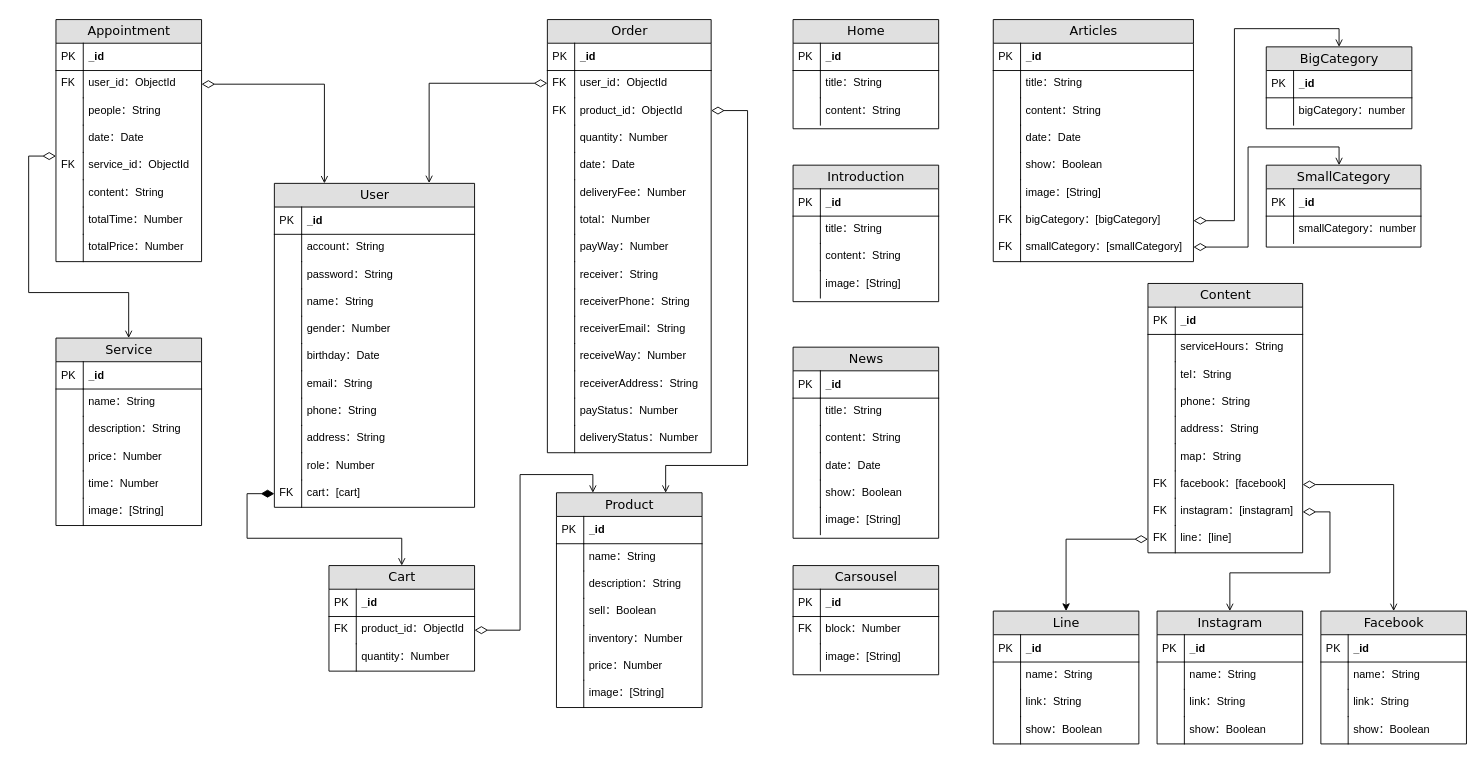
Earlier version of the draw.io diagram 法師事務所資料結構圖.drawio (Mudi0710/MasterFirm-back). Source tidied: cells renumbered, new cells numbered last; positions are measured from the earlier drawing's top-left corner, leaving out a move shared by most shapes. Both pictures are drawn from the tidied source at 91%, with x=0, y=0 at pixel (28, 19).
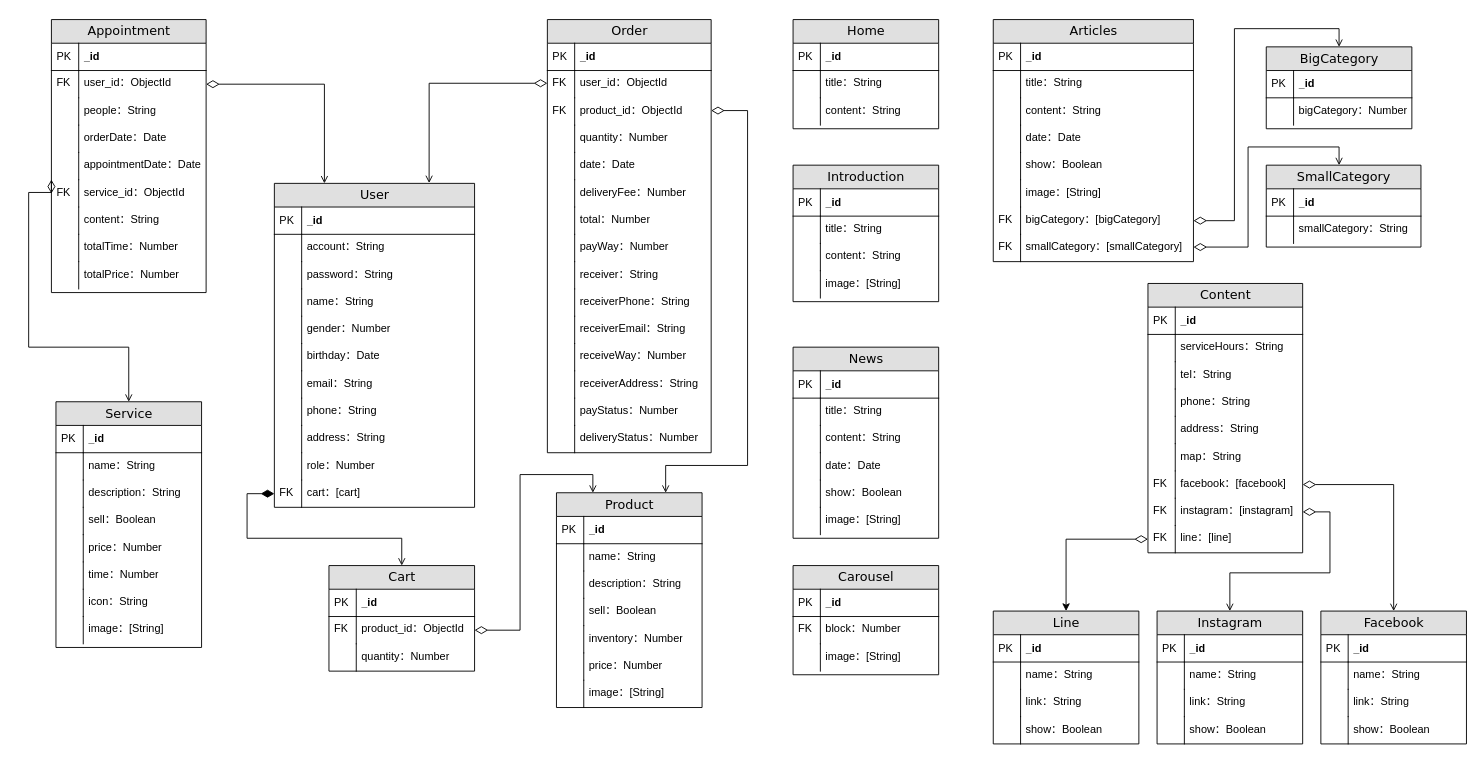
The same page after the edit.

Commit message:
更新-法師事務所資料結構圖.drawio

The change refers to these unchanged cells:
```xml
<mxCell id="145" value="BigCategory" style="swimlane;html=1;fontStyle=0;horizontal=1;startSize=26;fillColor=#e0e0e0;swimlaneFillColor=#ffffff;align=center;rounded=0;shadow=0;comic=0;labelBackgroundColor=none;strokeWidth=1;fontFamily=Verdana;fontSize=14;" parent="1" vertex="1">
  <mxGeometry x="1360" y="30" width="160" height="90" as="geometry" />
</mxCell>
<mxCell id="196" value="SmallCategory" style="swimlane;html=1;fontStyle=0;horizontal=1;startSize=26;fillColor=#e0e0e0;swimlaneFillColor=#ffffff;align=center;rounded=0;shadow=0;comic=0;labelBackgroundColor=none;strokeWidth=1;fontFamily=Verdana;fontSize=14;" parent="1" vertex="1">
  <mxGeometry x="1360" y="160" width="170" height="90" as="geometry" />
</mxCell>
```

Change to the diagram source:
```diff
@@
     <mxCell id="40" value="Service" style="swimlane;html=1;fontStyle=0;horizontal=1;startSize=26;fillColor=#e0e0e0;swimlaneFillColor=#ffffff;align=center;rounded=0;shadow=0;comic=0;labelBackgroundColor=none;strokeWidth=1;fontFamily=Verdana;fontSize=14;" parent="1" vertex="1">
-      <mxGeometry x="30" y="350" width="160" height="206" as="geometry" />
+      <mxGeometry x="30" y="420" width="160" height="270" as="geometry" />
     </mxCell>
@@
+    <mxCell id="228" value="sell：Boolean" style="shape=partialRectangle;top=0;left=0;right=0;bottom=0;html=1;align=left;verticalAlign=top;fillColor=none;spacingLeft=34;spacingRight=4;whiteSpace=wrap;overflow=hidden;" parent="40" vertex="1">
+      <mxGeometry y="116" width="160" height="30" as="geometry" />
+    </mxCell>
+    <mxCell id="229" style="shape=partialRectangle;top=0;left=0;bottom=0;html=1;fillColor=none;align=left;verticalAlign=top;spacingLeft=4;spacingRight=4;whiteSpace=wrap;overflow=hidden;" parent="228" vertex="1">
+      <mxGeometry width="30" height="30" as="geometry" />
+    </mxCell>
     <mxCell id="47" value="price：Number" style="shape=partialRectangle;top=0;left=0;right=0;bottom=0;html=1;align=left;verticalAlign=top;fillColor=none;spacingLeft=34;spacingRight=4;whiteSpace=wrap;overflow=hidden;" parent="40" vertex="1">
-      <mxGeometry y="116" width="160" height="30" as="geometry" />
+      <mxGeometry y="146" width="160" height="30" as="geometry" />
     </mxCell>
@@
     <mxCell id="49" value="time：Number" style="shape=partialRectangle;top=0;left=0;right=0;bottom=0;html=1;align=left;verticalAlign=top;fillColor=none;spacingLeft=34;spacingRight=4;whiteSpace=wrap;overflow=hidden;" parent="40" vertex="1">
-      <mxGeometry y="146" width="160" height="30" as="geometry" />
+      <mxGeometry y="176" width="160" height="30" as="geometry" />
     </mxCell>
@@
-    <mxCell id="51" value="image：[String]" style="shape=partialRectangle;top=0;left=0;right=0;bottom=0;html=1;align=left;verticalAlign=top;fillColor=none;spacingLeft=34;spacingRight=4;whiteSpace=wrap;overflow=hidden;" parent="40" vertex="1">
-      <mxGeometry y="176" width="160" height="30" as="geometry" />
+    <mxCell id="51" value="icon：String" style="shape=partialRectangle;top=0;left=0;right=0;bottom=0;html=1;align=left;verticalAlign=top;fillColor=none;spacingLeft=34;spacingRight=4;whiteSpace=wrap;overflow=hidden;" parent="40" vertex="1">
+      <mxGeometry y="206" width="160" height="30" as="geometry" />
     </mxCell>
@@
+    <mxCell id="230" value="image：[String]" style="shape=partialRectangle;top=0;left=0;right=0;bottom=0;html=1;align=left;verticalAlign=top;fillColor=none;spacingLeft=34;spacingRight=4;whiteSpace=wrap;overflow=hidden;" parent="40" vertex="1">
+      <mxGeometry y="236" width="160" height="30" as="geometry" />
+    </mxCell>
+    <mxCell id="231" style="shape=partialRectangle;top=0;left=0;bottom=0;html=1;fillColor=none;align=left;verticalAlign=top;spacingLeft=4;spacingRight=4;whiteSpace=wrap;overflow=hidden;" parent="230" vertex="1">
+      <mxGeometry width="30" height="30" as="geometry" />
+    </mxCell>
@@
     <mxCell id="91" value="Appointment" style="swimlane;html=1;fontStyle=0;horizontal=1;startSize=26;fillColor=#e0e0e0;swimlaneFillColor=#ffffff;align=center;rounded=0;shadow=0;comic=0;labelBackgroundColor=none;strokeWidth=1;fontFamily=Verdana;fontSize=14;" parent="1" vertex="1">
-      <mxGeometry x="30" width="160" height="266" as="geometry" />
+      <mxGeometry x="25" width="170" height="300" as="geometry" />
     </mxCell>
     <mxCell id="92" value="_id" style="shape=partialRectangle;top=0;left=0;right=0;bottom=1;html=1;align=left;verticalAlign=middle;fillColor=none;spacingLeft=34;spacingRight=4;whiteSpace=wrap;overflow=hidden;fontStyle=1;" parent="91" vertex="1">
-      <mxGeometry y="26" width="160" height="30" as="geometry" />
+      <mxGeometry y="26" width="170" height="30" as="geometry" />
     </mxCell>
@@
     <mxCell id="94" value="user_id：ObjectId" style="shape=partialRectangle;top=0;left=0;right=0;bottom=0;html=1;align=left;verticalAlign=top;fillColor=none;spacingLeft=34;spacingRight=4;whiteSpace=wrap;overflow=hidden;points=[[0,0.5],[1,0.5]];portConstraint=eastwest;" parent="91" vertex="1">
-      <mxGeometry y="56" width="160" height="30" as="geometry" />
+      <mxGeometry y="56" width="170" height="30" as="geometry" />
     </mxCell>
@@
     <mxCell id="96" value="people：String" style="shape=partialRectangle;top=0;left=0;right=0;bottom=0;html=1;align=left;verticalAlign=top;fillColor=none;spacingLeft=34;spacingRight=4;whiteSpace=wrap;overflow=hidden;" parent="91" vertex="1">
-      <mxGeometry y="86" width="160" height="30" as="geometry" />
+      <mxGeometry y="86" width="170" height="30" as="geometry" />
     </mxCell>
@@
-    <mxCell id="98" value="date：Date" style="shape=partialRectangle;top=0;left=0;right=0;bottom=0;html=1;align=left;verticalAlign=top;fillColor=none;spacingLeft=34;spacingRight=4;whiteSpace=wrap;overflow=hidden;" parent="91" vertex="1">
-      <mxGeometry y="116" width="160" height="30" as="geometry" />
+    <mxCell id="98" value="orderDate：Date" style="shape=partialRectangle;top=0;left=0;right=0;bottom=0;html=1;align=left;verticalAlign=top;fillColor=none;spacingLeft=34;spacingRight=4;whiteSpace=wrap;overflow=hidden;" parent="91" vertex="1">
+      <mxGeometry y="116" width="170" height="30" as="geometry" />
     </mxCell>
@@
+    <mxCell id="232" value="appointmentDate：Date" style="shape=partialRectangle;top=0;left=0;right=0;bottom=0;html=1;align=left;verticalAlign=top;fillColor=none;spacingLeft=34;spacingRight=4;whiteSpace=wrap;overflow=hidden;" parent="91" vertex="1">
+      <mxGeometry y="146" width="170" height="30" as="geometry" />
+    </mxCell>
+    <mxCell id="233" style="shape=partialRectangle;top=0;left=0;bottom=0;html=1;fillColor=none;align=left;verticalAlign=top;spacingLeft=4;spacingRight=4;whiteSpace=wrap;overflow=hidden;" parent="232" vertex="1">
+      <mxGeometry width="30" height="30" as="geometry" />
+    </mxCell>
     <mxCell id="100" value="service_id：ObjectId" style="shape=partialRectangle;top=0;left=0;right=0;bottom=0;html=1;align=left;verticalAlign=top;fillColor=none;spacingLeft=34;spacingRight=4;whiteSpace=wrap;overflow=hidden;points=[[0,0.5],[1,0.5]];portConstraint=eastwest;" parent="91" vertex="1">
-      <mxGeometry y="146" width="160" height="30" as="geometry" />
+      <mxGeometry y="176" width="170" height="30" as="geometry" />
     </mxCell>
@@
     <mxCell id="102" value="content：String" style="shape=partialRectangle;top=0;left=0;right=0;bottom=0;html=1;align=left;verticalAlign=top;fillColor=none;spacingLeft=34;spacingRight=4;whiteSpace=wrap;overflow=hidden;" parent="91" vertex="1">
-      <mxGeometry y="176" width="160" height="30" as="geometry" />
+      <mxGeometry y="206" width="170" height="30" as="geometry" />
     </mxCell>
@@
     <mxCell id="104" value="totalTime：Number" style="shape=partialRectangle;top=0;left=0;right=0;bottom=0;html=1;align=left;verticalAlign=top;fillColor=none;spacingLeft=34;spacingRight=4;whiteSpace=wrap;overflow=hidden;" parent="91" vertex="1">
-      <mxGeometry y="206" width="160" height="30" as="geometry" />
+      <mxGeometry y="236" width="170" height="30" as="geometry" />
     </mxCell>
@@
     <mxCell id="106" value="totalPrice：Number" style="shape=partialRectangle;top=0;left=0;right=0;bottom=0;html=1;align=left;verticalAlign=top;fillColor=none;spacingLeft=34;spacingRight=4;whiteSpace=wrap;overflow=hidden;" parent="91" vertex="1">
-      <mxGeometry y="236" width="160" height="30" as="geometry" />
+      <mxGeometry y="266" width="170" height="30" as="geometry" />
     </mxCell>
@@
-    <mxCell id="148" value="bigCategory：number" style="shape=partialRectangle;top=0;left=0;right=0;bottom=0;html=1;align=left;verticalAlign=top;fillColor=none;spacingLeft=34;spacingRight=4;whiteSpace=wrap;overflow=hidden;" parent="145" vertex="1">
+    <mxCell id="148" value="bigCategory：Number" style="shape=partialRectangle;top=0;left=0;right=0;bottom=0;html=1;align=left;verticalAlign=top;fillColor=none;spacingLeft=34;spacingRight=4;whiteSpace=wrap;overflow=hidden;" parent="145" vertex="1">
       <mxGeometry y="56" width="160" height="30" as="geometry" />
     </mxCell>
@@
-    <mxCell id="199" value="smallCategory：number" style="shape=partialRectangle;top=0;left=0;right=0;bottom=0;html=1;align=left;verticalAlign=top;fillColor=none;spacingLeft=34;spacingRight=4;whiteSpace=wrap;overflow=hidden;" parent="196" vertex="1">
+    <mxCell id="199" value="smallCategory：String" style="shape=partialRectangle;top=0;left=0;right=0;bottom=0;html=1;align=left;verticalAlign=top;fillColor=none;spacingLeft=34;spacingRight=4;whiteSpace=wrap;overflow=hidden;" parent="196" vertex="1">
       <mxGeometry y="56" width="170" height="30" as="geometry" />
     </mxCell>
@@
-    <mxCell id="209" style="edgeStyle=orthogonalEdgeStyle;rounded=0;jettySize=auto;html=1;startArrow=diamondThin;startFill=0;endArrow=open;endFill=0;startSize=12;sourcePerimeterSpacing=0;" parent="1" edge="1" source="100">
+    <mxCell id="209" style="edgeStyle=orthogonalEdgeStyle;rounded=0;jettySize=auto;html=1;startArrow=diamondThin;startFill=0;endArrow=open;endFill=0;startSize=12;sourcePerimeterSpacing=0;entryX=0.5;entryY=0;entryDx=0;entryDy=0;exitX=0;exitY=0.5;exitDx=0;exitDy=0;" parent="1" edge="1" source="100" target="40">
       <mxGeometry relative="1" as="geometry">
-        <mxPoint x="109.9" y="350" as="targetPoint" />
         <Array as="points">
-          <mxPoint y="150" />
-          <mxPoint y="300" />
-          <mxPoint x="110" y="300" />
+          <mxPoint y="190" />
+          <mxPoint y="360" />
+          <mxPoint x="110" y="360" />
         </Array>
       </mxGeometry>
     </mxCell>
-    <mxCell id="210" value="Carsousel" style="swimlane;html=1;fontStyle=0;horizontal=1;startSize=26;fillColor=#e0e0e0;swimlaneFillColor=#ffffff;align=center;rounded=0;shadow=0;comic=0;labelBackgroundColor=none;strokeWidth=1;fontFamily=Verdana;fontSize=14;" parent="1" vertex="1">
+    <mxCell id="210" value="Carousel" style="swimlane;html=1;fontStyle=0;horizontal=1;startSize=26;fillColor=#e0e0e0;swimlaneFillColor=#ffffff;align=center;rounded=0;shadow=0;comic=0;labelBackgroundColor=none;strokeWidth=1;fontFamily=Verdana;fontSize=14;" parent="1" vertex="1">
       <mxGeometry x="840" y="600" width="160" height="120" as="geometry" />
     </mxCell>
```
